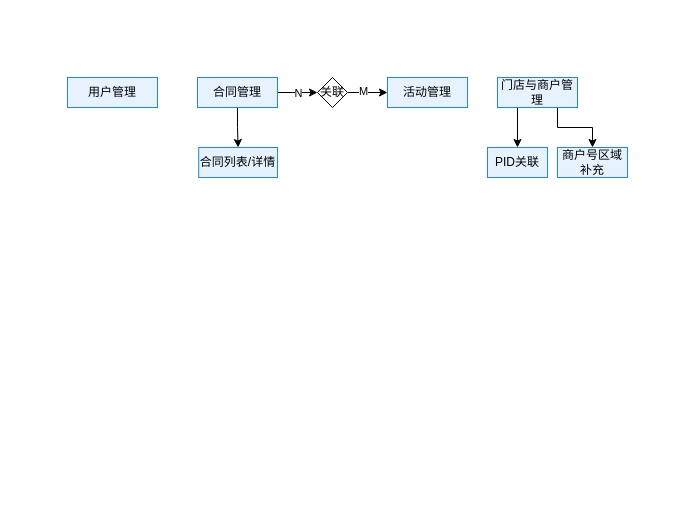
yoonai/MyTestFolder keeps this draw.io diagram as 卡券对账.drawio. Above is the earlier version. Source tidied: cells renumbered, new cells numbered last; positions are measured from the earlier drawing's top-left corner, leaving out a move shared by most shapes. Both pictures are drawn from the tidied source at 100%, with x=0, y=0 at pixel (67, 77).
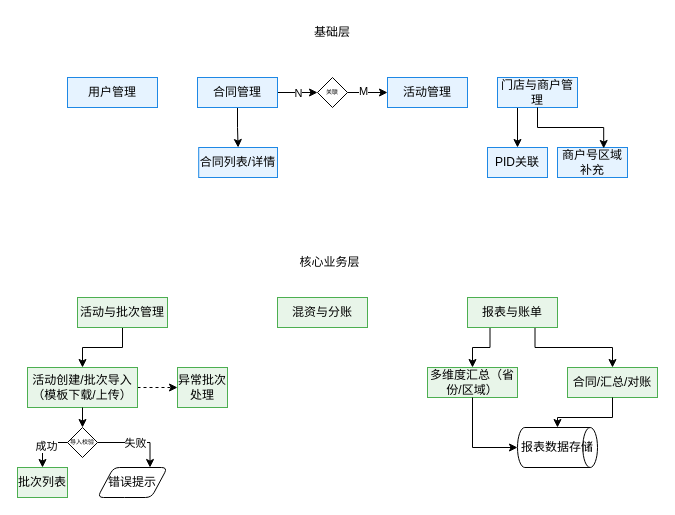
The same diagram, later.

Commit message (it also covers changes not shown here):
更新卡券对账.drawio

Unchanged cells that the change refers to:
```xml
<mxCell id="5" value="门店与商户管理" style="rounded=0;whiteSpace=wrap;html=1;fillColor=#E6F3FF;strokeColor=#1E88E5;" parent="1" vertex="1">
  <mxGeometry x="430" width="80" height="30" as="geometry" />
</mxCell>
<mxCell id="12" value="商户号区域补充" style="rounded=0;whiteSpace=wrap;html=1;fillColor=#E6F3FF;strokeColor=#1E88E5;" parent="1" vertex="1">
  <mxGeometry x="490" y="70" width="70" height="30" as="geometry" />
</mxCell>
```

Change to the diagram source:
```diff
@@
-    <mxCell id="4" style="edgeStyle=orthogonalEdgeStyle;rounded=0;jettySize=auto;html=1;exitX=0.75;exitY=1;exitDx=0;exitDy=0;entryX=0.5;entryY=0;entryDx=0;entryDy=0;" parent="1" edge="1" source="5" target="12">
-      <mxGeometry relative="1" as="geometry" />
-    </mxCell>
@@
-    <mxCell id="16" value="关联" style="rhombus;whiteSpace=wrap;html=1;" parent="1" vertex="1">
+    <mxCell id="16" value="关联" style="rhombus;whiteSpace=wrap;html=1;fontSize=6;" parent="1" vertex="1">
       <mxGeometry x="250" width="30" height="30" as="geometry" />
     </mxCell>
+    <mxCell id="17" value="基础层" style="text;html=1;whiteSpace=wrap;strokeColor=none;fillColor=none;align=center;verticalAlign=middle;rounded=0;" parent="1" vertex="1">
+      <mxGeometry x="235" y="-60" width="60" height="30" as="geometry" />
+    </mxCell>
+    <mxCell id="18" value="核心业务层" style="text;html=1;whiteSpace=wrap;strokeColor=none;fillColor=none;align=center;verticalAlign=middle;rounded=0;" parent="1" vertex="1">
+      <mxGeometry x="230" y="170" width="65" height="30" as="geometry" />
+    </mxCell>
+    <mxCell id="19" style="edgeStyle=orthogonalEdgeStyle;rounded=0;jettySize=auto;html=1;entryX=0.5;entryY=0;entryDx=0;entryDy=0;" parent="1" edge="1" source="20" target="22">
+      <mxGeometry relative="1" as="geometry" />
+    </mxCell>
+    <mxCell id="20" value="活动与批次管理" style="rounded=0;whiteSpace=wrap;html=1;fillColor=#E8F5E9;strokeColor=#4CAF50;" parent="1" vertex="1">
+      <mxGeometry x="10" y="220" width="90" height="30" as="geometry" />
+    </mxCell>
+    <mxCell id="21" style="edgeStyle=orthogonalEdgeStyle;rounded=0;jettySize=auto;html=1;exitX=1;exitY=0.5;exitDx=0;exitDy=0;entryX=0;entryY=0.5;entryDx=0;entryDy=0;dashed=1;" parent="1" edge="1" source="22" target="23">
+      <mxGeometry relative="1" as="geometry" />
+    </mxCell>
+    <mxCell id="22" value="活动创建/批次导入（模板下载/上传）" style="rounded=0;whiteSpace=wrap;html=1;fillColor=#E8F5E9;strokeColor=#4CAF50;" parent="1" vertex="1">
+      <mxGeometry x="-40" y="290" width="110" height="40" as="geometry" />
+    </mxCell>
+    <mxCell id="23" value="异常批次处理" style="rounded=0;whiteSpace=wrap;html=1;fillColor=#E8F5E9;strokeColor=#4CAF50;" parent="1" vertex="1">
+      <mxGeometry x="110" y="290" width="50" height="40" as="geometry" />
+    </mxCell>
+    <mxCell id="24" style="edgeStyle=orthogonalEdgeStyle;rounded=0;jettySize=auto;html=1;exitX=0;exitY=0.5;exitDx=0;exitDy=0;exitPerimeter=0;entryX=0.5;entryY=0;entryDx=0;entryDy=0;" parent="1" edge="1" source="28" target="29">
+      <mxGeometry relative="1" as="geometry" />
+    </mxCell>
+    <mxCell id="25" value="成功" style="edgeLabel;html=1;align=center;verticalAlign=middle;" parent="24" vertex="1">
+      <mxGeometry x="-0.11" y="3" relative="1" as="geometry" />
+    </mxCell>
+    <mxCell id="26" style="edgeStyle=orthogonalEdgeStyle;rounded=0;jettySize=auto;html=1;exitX=1;exitY=0.5;exitDx=0;exitDy=0;exitPerimeter=0;entryX=0.75;entryY=0;entryDx=0;entryDy=0;" parent="1" edge="1" source="28" target="30">
+      <mxGeometry relative="1" as="geometry" />
+    </mxCell>
+    <mxCell id="27" value="失败" style="edgeLabel;html=1;align=center;verticalAlign=middle;" parent="26" vertex="1">
+      <mxGeometry x="-0.12" y="2" relative="1" as="geometry">
+        <mxPoint x="3" y="2" as="offset" />
+      </mxGeometry>
+    </mxCell>
+    <mxCell id="28" value="导入校验" style="strokeWidth=1;html=1;shape=mxgraph.flowchart.decision;whiteSpace=wrap;fontSize=6;" parent="1" vertex="1">
+      <mxGeometry y="350" width="30" height="30" as="geometry" />
+    </mxCell>
+    <mxCell id="29" value="批次列表" style="rounded=0;whiteSpace=wrap;html=1;fillColor=#E8F5E9;strokeColor=#4CAF50;" parent="1" vertex="1">
+      <mxGeometry x="-50" y="390" width="50" height="30" as="geometry" />
+    </mxCell>
+    <mxCell id="30" value="错误提示" style="shape=parallelogram;html=1;strokeWidth=1;perimeter=parallelogramPerimeter;whiteSpace=wrap;rounded=1;arcSize=12;size=0.23;" parent="1" vertex="1">
+      <mxGeometry x="30" y="390" width="70" height="30" as="geometry" />
+    </mxCell>
+    <mxCell id="31" style="edgeStyle=orthogonalEdgeStyle;rounded=0;jettySize=auto;html=1;exitX=0.5;exitY=1;exitDx=0;exitDy=0;entryX=0.5;entryY=0;entryDx=0;entryDy=0;entryPerimeter=0;" parent="1" edge="1" source="22" target="28">
+      <mxGeometry relative="1" as="geometry" />
+    </mxCell>
+    <mxCell id="4" style="edgeStyle=orthogonalEdgeStyle;rounded=0;jettySize=auto;html=1;exitX=0.5;exitY=1;exitDx=0;exitDy=0;entryX=0.66;entryY=0.033;entryDx=0;entryDy=0;entryPerimeter=0;" parent="1" edge="1" source="5" target="12">
+      <mxGeometry relative="1" as="geometry" />
+    </mxCell>
+    <mxCell id="32" value="混资与分账" style="rounded=0;whiteSpace=wrap;html=1;fillColor=#E8F5E9;strokeColor=#4CAF50;" parent="1" vertex="1">
+      <mxGeometry x="210" y="220" width="90" height="30" as="geometry" />
+    </mxCell>
+    <mxCell id="33" style="edgeStyle=orthogonalEdgeStyle;rounded=0;jettySize=auto;html=1;exitX=0.25;exitY=1;exitDx=0;exitDy=0;entryX=0.5;entryY=0;entryDx=0;entryDy=0;" parent="1" edge="1" source="35" target="36">
+      <mxGeometry relative="1" as="geometry" />
+    </mxCell>
+    <mxCell id="34" style="edgeStyle=orthogonalEdgeStyle;rounded=0;jettySize=auto;html=1;exitX=0.75;exitY=1;exitDx=0;exitDy=0;entryX=0.5;entryY=0;entryDx=0;entryDy=0;" parent="1" edge="1" source="35" target="37">
+      <mxGeometry relative="1" as="geometry" />
+    </mxCell>
+    <mxCell id="35" value="报表与账单" style="rounded=0;whiteSpace=wrap;html=1;fillColor=#E8F5E9;strokeColor=#4CAF50;" parent="1" vertex="1">
+      <mxGeometry x="400" y="220" width="90" height="30" as="geometry" />
+    </mxCell>
+    <mxCell id="36" value="多维度汇总（省份/区域）" style="rounded=0;whiteSpace=wrap;html=1;fillColor=#E8F5E9;strokeColor=#4CAF50;" parent="1" vertex="1">
+      <mxGeometry x="360" y="290" width="90" height="30" as="geometry" />
+    </mxCell>
+    <mxCell id="37" value="合同/汇总/对账" style="rounded=0;whiteSpace=wrap;html=1;fillColor=#E8F5E9;strokeColor=#4CAF50;" parent="1" vertex="1">
+      <mxGeometry x="500" y="290" width="90" height="30" as="geometry" />
+    </mxCell>
+    <mxCell id="38" value="报表数据存储" style="strokeWidth=1;html=1;shape=mxgraph.flowchart.direct_data;whiteSpace=wrap;" parent="1" vertex="1">
+      <mxGeometry x="450" y="350" width="80" height="40" as="geometry" />
+    </mxCell>
+    <mxCell id="39" style="edgeStyle=orthogonalEdgeStyle;rounded=0;jettySize=auto;html=1;exitX=0.5;exitY=1;exitDx=0;exitDy=0;entryX=0;entryY=0.5;entryDx=0;entryDy=0;entryPerimeter=0;" parent="1" edge="1" source="36" target="38">
+      <mxGeometry relative="1" as="geometry" />
+    </mxCell>
+    <mxCell id="40" style="edgeStyle=orthogonalEdgeStyle;rounded=0;jettySize=auto;html=1;exitX=0.5;exitY=1;exitDx=0;exitDy=0;entryX=0.5;entryY=0;entryDx=0;entryDy=0;entryPerimeter=0;" parent="1" edge="1" source="37" target="38">
+      <mxGeometry relative="1" as="geometry" />
+    </mxCell>
```
